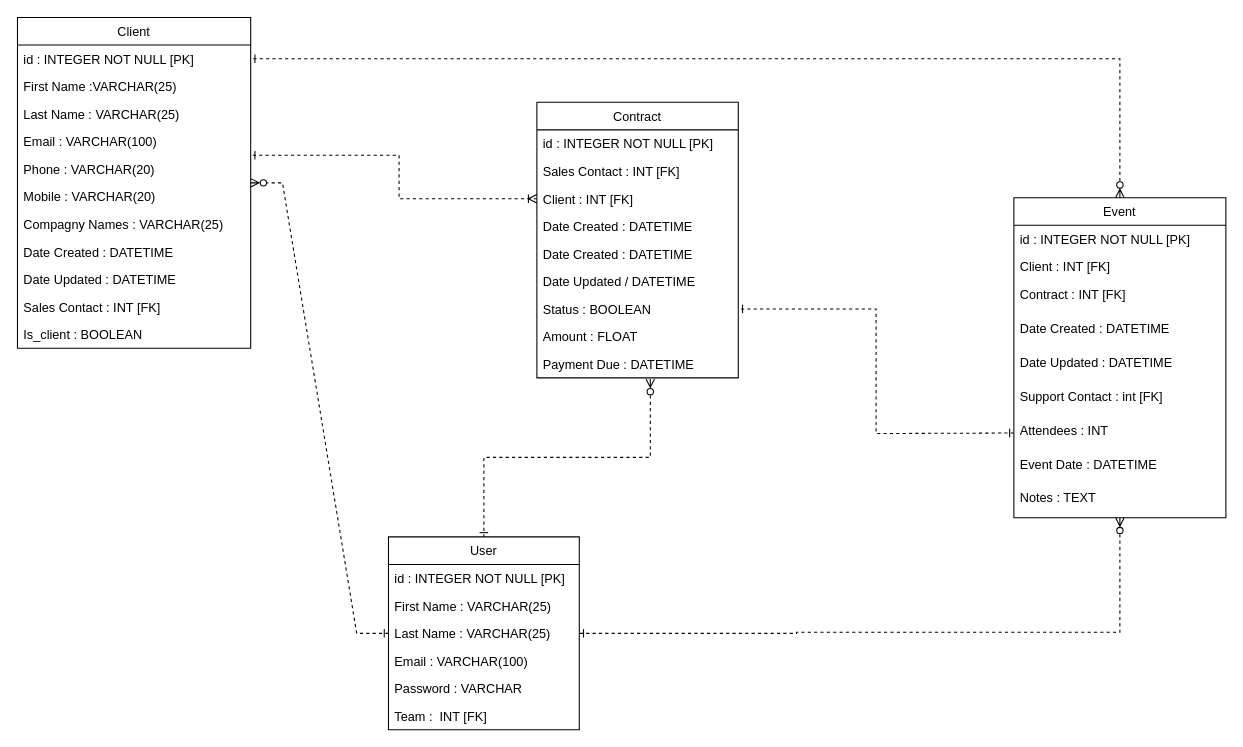
The draw.io diagram JPG_FILE/Diagramme sans nom.drawio in batshanti/Projet2, before the edit. Source tidied: cells renumbered, new cells numbered last; positions are measured from the earlier drawing's top-left corner, leaving out a move shared by most shapes. Both pictures are drawn from the tidied source at 106%, with x=0, y=0 at pixel (17, 17).
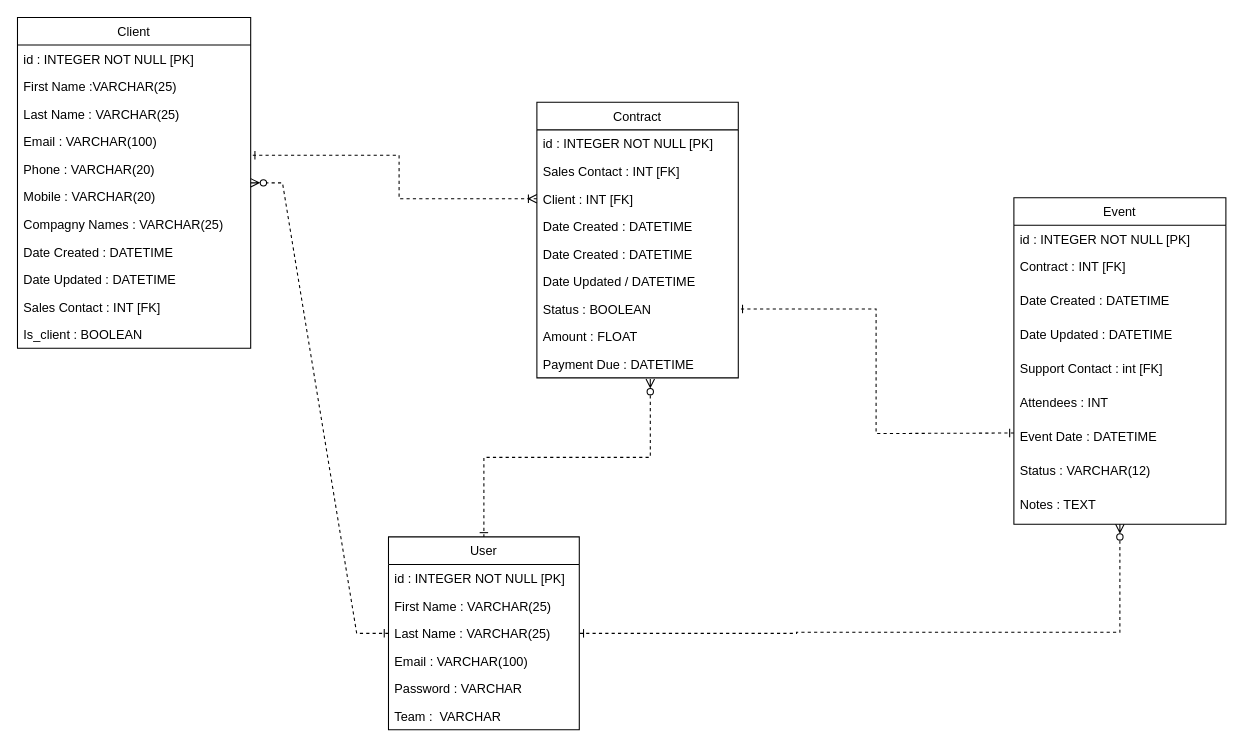
Above is the later version.

Commit message:
Mettre à jour Diagramme sans nom.drawio

Unchanged cells that the change refers to:
```xml
<mxCell id="15" value="id : INTEGER NOT NULL [PK]" style="text;strokeColor=none;fillColor=none;align=left;verticalAlign=top;spacingLeft=4;spacingRight=4;overflow=hidden;points=[[0,0.5],[1,0.5]];portConstraint=eastwest;" parent="14" vertex="1">
  <mxGeometry y="26" width="220" height="26" as="geometry" />
</mxCell>
<mxCell id="36" value="User" style="swimlane;fontStyle=0;horizontal=1;startSize=26;fillColor=none;" parent="1" vertex="1">
  <mxGeometry x="350" y="490" width="180" height="182" as="geometry" />
</mxCell>
```

Change to the diagram source:
```diff
@@
-    <mxCell id="2" style="edgeStyle=orthogonalEdgeStyle;rounded=0;jettySize=auto;html=1;startArrow=ERzeroToMany;startFill=0;endArrow=ERone;endFill=0;dashed=1;" parent="1" edge="1" source="4" target="15">
-      <mxGeometry relative="1" as="geometry" />
-    </mxCell>
@@
     <mxCell id="4" value="Event" style="swimlane;fontStyle=0;horizontal=1;startSize=26;fillColor=none;direction=east;" parent="1" vertex="1">
-      <mxGeometry x="940" y="170" width="200" height="302" as="geometry" />
+      <mxGeometry x="940" y="170" width="200" height="308" as="geometry" />
     </mxCell>
@@
-    <mxCell id="6" value="Client : INT [FK]" style="text;strokeColor=none;fillColor=none;align=left;verticalAlign=top;spacingLeft=4;spacingRight=4;overflow=hidden;" parent="4" vertex="1">
-      <mxGeometry y="52" width="200" height="26" as="geometry" />
-    </mxCell>
     <mxCell id="7" value="Contract : INT [FK]" style="text;strokeColor=none;fillColor=none;align=left;verticalAlign=top;spacingLeft=4;spacingRight=4;overflow=hidden;" parent="4" vertex="1">
-      <mxGeometry y="78" width="200" height="32" as="geometry" />
+      <mxGeometry y="52" width="200" height="32" as="geometry" />
     </mxCell>
     <mxCell id="8" value="Date Created : DATETIME" style="text;strokeColor=none;fillColor=none;align=left;verticalAlign=top;spacingLeft=4;spacingRight=4;overflow=hidden;" parent="4" vertex="1">
-      <mxGeometry y="110" width="200" height="32" as="geometry" />
+      <mxGeometry y="84" width="200" height="32" as="geometry" />
     </mxCell>
     <mxCell id="9" value="Date Updated : DATETIME" style="text;strokeColor=none;fillColor=none;align=left;verticalAlign=top;spacingLeft=4;spacingRight=4;overflow=hidden;" parent="4" vertex="1">
-      <mxGeometry y="142" width="200" height="32" as="geometry" />
+      <mxGeometry y="116" width="200" height="32" as="geometry" />
     </mxCell>
     <mxCell id="10" value="Support Contact : int [FK]" style="text;strokeColor=none;fillColor=none;align=left;verticalAlign=top;spacingLeft=4;spacingRight=4;overflow=hidden;" parent="4" vertex="1">
-      <mxGeometry y="174" width="200" height="32" as="geometry" />
+      <mxGeometry y="148" width="200" height="32" as="geometry" />
     </mxCell>
     <mxCell id="11" value="Attendees : INT" style="text;strokeColor=none;fillColor=none;align=left;verticalAlign=top;spacingLeft=4;spacingRight=4;overflow=hidden;" parent="4" vertex="1">
-      <mxGeometry y="206" width="200" height="32" as="geometry" />
+      <mxGeometry y="180" width="200" height="32" as="geometry" />
     </mxCell>
     <mxCell id="12" value="Event Date : DATETIME" style="text;strokeColor=none;fillColor=none;align=left;verticalAlign=top;spacingLeft=4;spacingRight=4;overflow=hidden;" parent="4" vertex="1">
-      <mxGeometry y="238" width="200" height="32" as="geometry" />
+      <mxGeometry y="212" width="200" height="32" as="geometry" />
     </mxCell>
+    <mxCell id="47" value="Status : VARCHAR(12)" style="text;strokeColor=none;fillColor=none;align=left;verticalAlign=top;spacingLeft=4;spacingRight=4;overflow=hidden;" parent="4" vertex="1">
+      <mxGeometry y="244" width="200" height="32" as="geometry" />
+    </mxCell>
     <mxCell id="13" value="Notes : TEXT" style="text;strokeColor=none;fillColor=none;align=left;verticalAlign=top;spacingLeft=4;spacingRight=4;overflow=hidden;" parent="4" vertex="1">
-      <mxGeometry y="270" width="200" height="32" as="geometry" />
+      <mxGeometry y="276" width="200" height="32" as="geometry" />
     </mxCell>
@@
-    <mxCell id="42" value="Team :  INT [FK]" style="text;strokeColor=none;fillColor=none;align=left;verticalAlign=top;spacingLeft=4;spacingRight=4;overflow=hidden;" parent="36" vertex="1">
+    <mxCell id="42" value="Team :  VARCHAR" style="text;strokeColor=none;fillColor=none;align=left;verticalAlign=top;spacingLeft=4;spacingRight=4;overflow=hidden;" parent="36" vertex="1">
       <mxGeometry y="156" width="180" height="26" as="geometry" />
     </mxCell>
```
